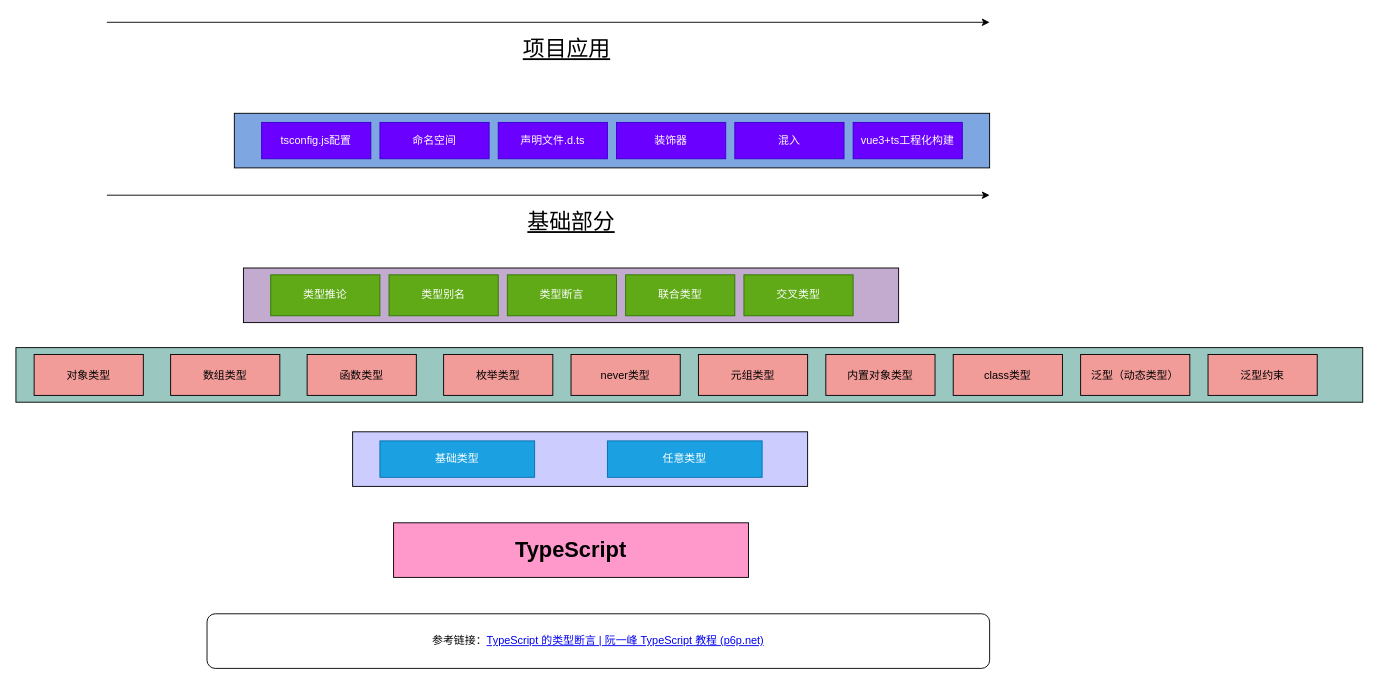
Earlier version of the draw.io diagram typescript知识图.drawio (littleMeow0/ts-notes). Source tidied: cells renumbered, new cells numbered last; positions are measured from the earlier drawing's top-left corner, leaving out a move shared by most shapes. Both pictures are drawn from the tidied source at 91%, with x=0, y=0 at pixel (15, 22).
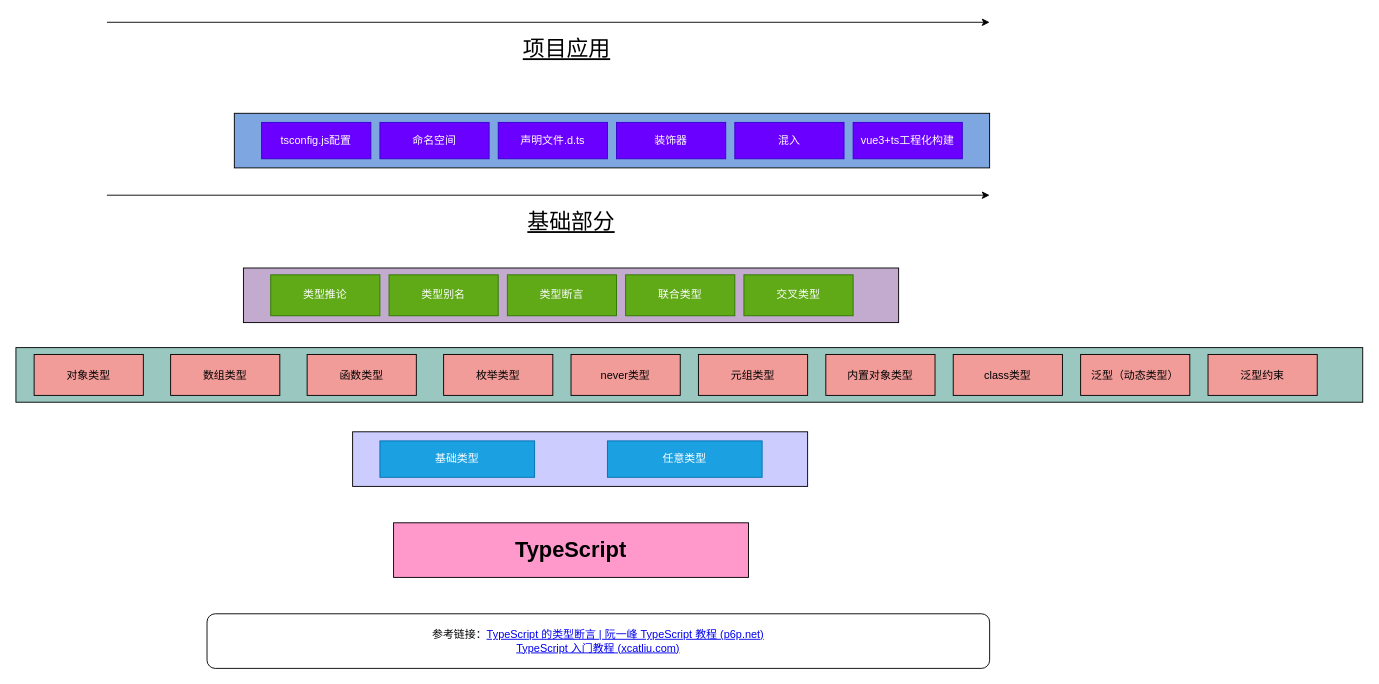
The same diagram, later.

Commit message:
知识图谱更新

The edit, as a diff of the source:
```diff
@@
-    <mxCell id="34" value="参考链接：&lt;a href=&quot;https://typescript.p6p.net/typescript-tutorial/assert.html&quot;&gt;TypeScript 的类型断言 | 阮一峰 TypeScript 教程 (p6p.net)&lt;/a&gt;" style="rounded=1;whiteSpace=wrap;html=1;" parent="1" vertex="1">
+    <mxCell id="34" value="参考链接：&lt;a href=&quot;https://typescript.p6p.net/typescript-tutorial/assert.html&quot;&gt;TypeScript 的类型断言 | 阮一峰 TypeScript 教程 (p6p.net)&lt;/a&gt;&lt;br&gt;&lt;a href=&quot;https://ts.xcatliu.com/&quot;&gt;TypeScript 入门教程 (xcatliu.com)&lt;/a&gt;" style="rounded=1;whiteSpace=wrap;html=1;" parent="1" vertex="1">
       <mxGeometry x="210" y="650" width="860" height="60" as="geometry" />
     </mxCell>
```
